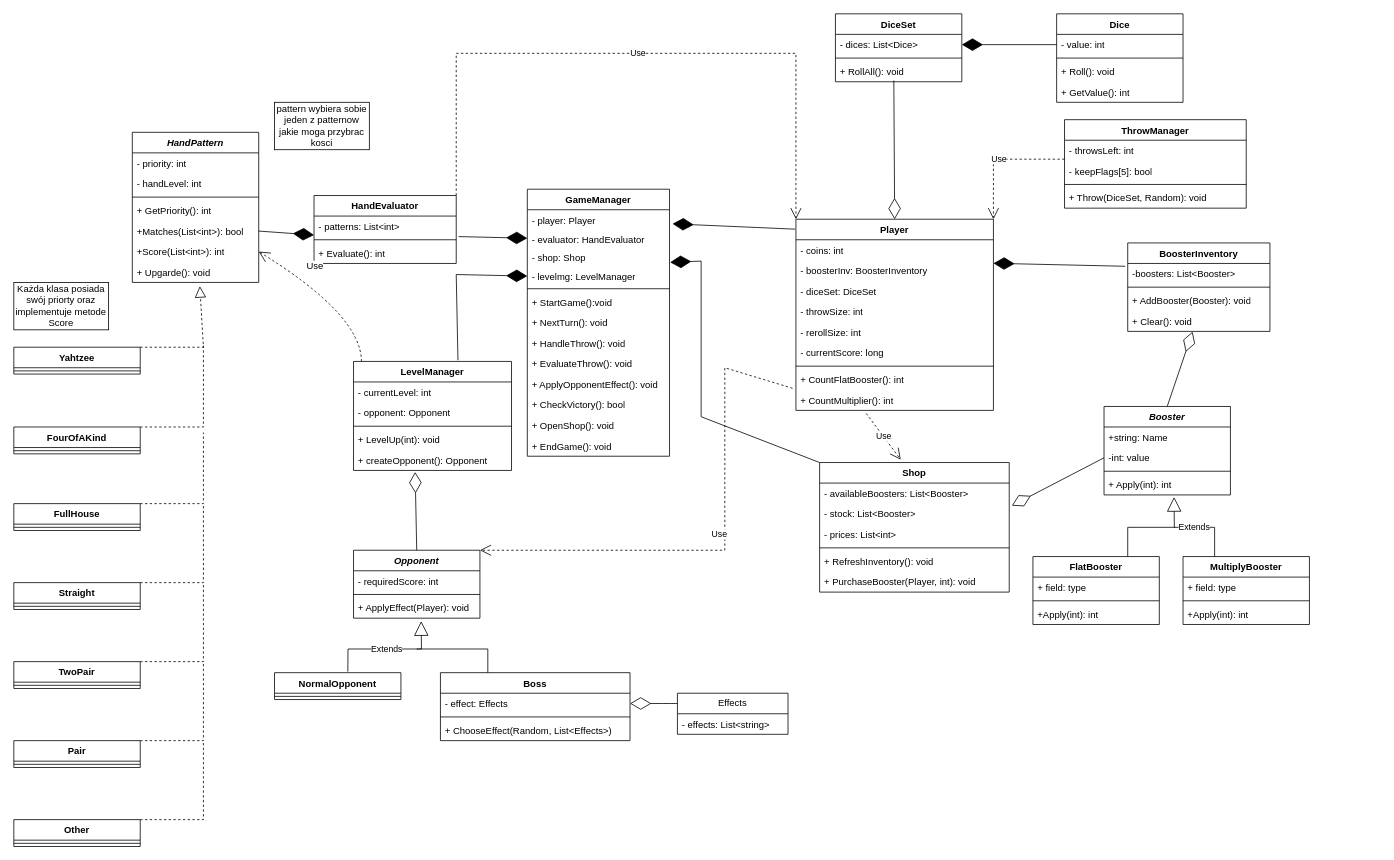
Before: DiceGame.drawio in kcprlal/DiceGame, a draw.io diagram. Source tidied: cells renumbered, new cells numbered last; positions are measured from the earlier drawing's top-left corner, leaving out a move shared by most shapes. Both pictures are drawn from the tidied source at 79%, with x=0, y=0 at pixel (13, 13).
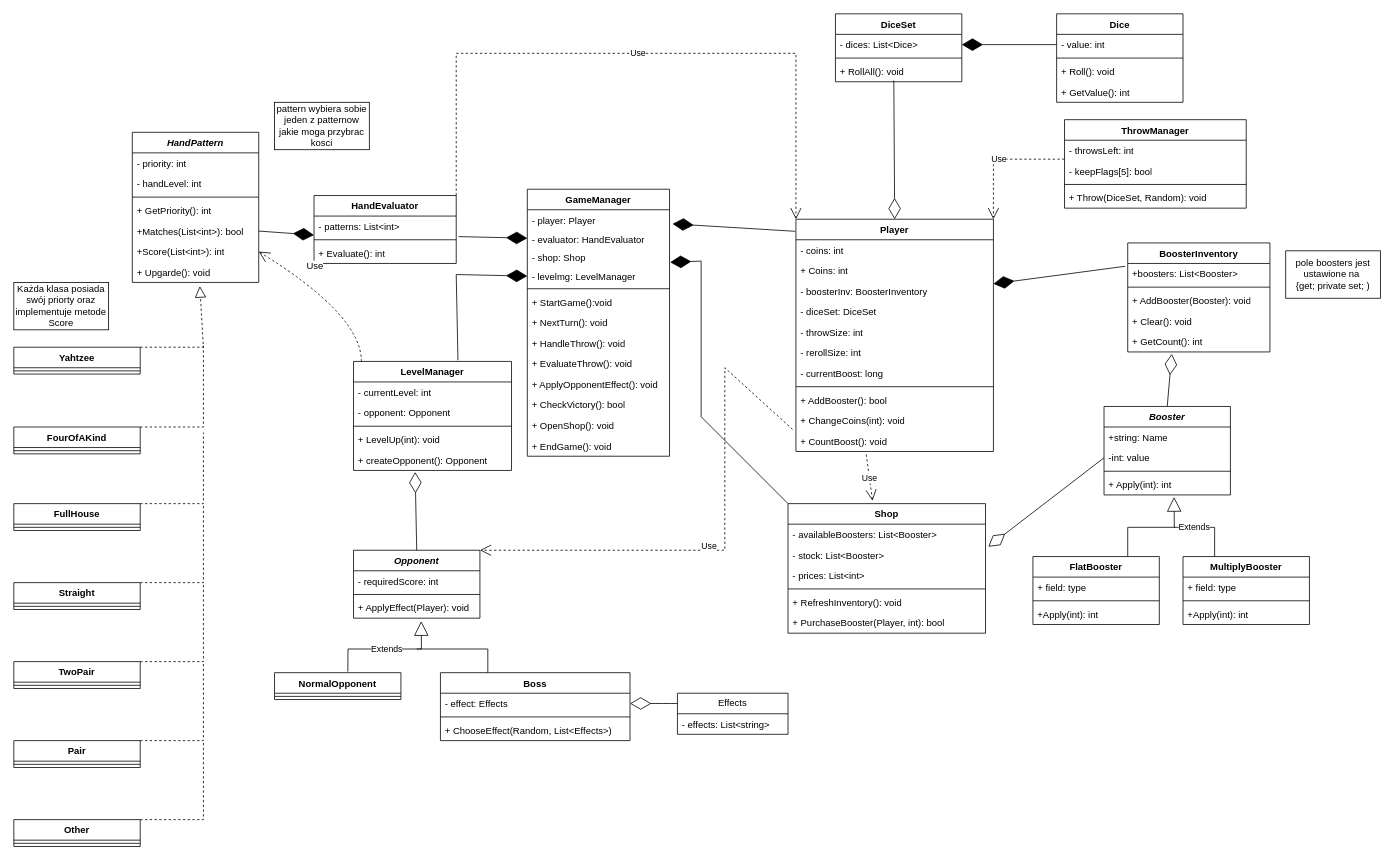
The same diagram, later.

Unchanged cells that the change refers to:
```xml
<mxCell id="31" value="+ Clear(): void" style="text;strokeColor=none;fillColor=none;align=left;verticalAlign=top;spacingLeft=4;spacingRight=4;overflow=hidden;points=[[0,0.5],[1,0.5]];portConstraint=eastwest;whiteSpace=wrap;html=1;" parent="27" vertex="1">
  <mxGeometry y="86" width="180" height="26" as="geometry" />
</mxCell>
<mxCell id="33" value="&lt;i&gt;Booster&lt;/i&gt;" style="swimlane;fontStyle=1;align=center;verticalAlign=top;horizontal=1;startSize=26;whiteSpace=wrap;html=1;" parent="1" vertex="1">
  <mxGeometry x="1380" y="497" width="160" height="112" as="geometry" />
</mxCell>
```

Diff of the diagram source:
```diff
@@
     <mxCell id="16" value="Player" style="swimlane;fontStyle=1;align=center;verticalAlign=top;horizontal=1;startSize=26;whiteSpace=wrap;html=1;" parent="1" vertex="1">
-      <mxGeometry x="990" y="260" width="250" height="242" as="geometry" />
+      <mxGeometry x="990" y="260" width="250" height="294" as="geometry" />
     </mxCell>
+    <mxCell id="139" value="- coins: int" style="text;strokeColor=none;fillColor=none;align=left;verticalAlign=top;spacingLeft=4;spacingRight=4;overflow=hidden;whiteSpace=wrap;html=1;" parent="16" vertex="1">
+      <mxGeometry y="26" width="250" height="26" as="geometry" />
+    </mxCell>
-    <mxCell id="17" value="- coins: int" style="text;strokeColor=none;fillColor=none;align=left;verticalAlign=top;spacingLeft=4;spacingRight=4;overflow=hidden;whiteSpace=wrap;html=1;" parent="16" vertex="1">
-      <mxGeometry y="26" width="250" height="26" as="geometry" />
+    <mxCell id="17" value="+ Coins: int" style="text;strokeColor=none;fillColor=none;align=left;verticalAlign=top;spacingLeft=4;spacingRight=4;overflow=hidden;whiteSpace=wrap;html=1;" parent="16" vertex="1">
+      <mxGeometry y="52" width="250" height="26" as="geometry" />
     </mxCell>
     <mxCell id="18" value="- boosterInv: BoosterInventory" style="text;strokeColor=none;fillColor=none;align=left;verticalAlign=top;spacingLeft=4;spacingRight=4;overflow=hidden;points=[[0,0.5],[1,0.5]];portConstraint=eastwest;whiteSpace=wrap;html=1;" parent="16" vertex="1">
-      <mxGeometry y="52" width="250" height="26" as="geometry" />
+      <mxGeometry y="78" width="250" height="26" as="geometry" />
     </mxCell>
     <mxCell id="19" value="- diceSet: DiceSet" style="text;strokeColor=none;fillColor=none;align=left;verticalAlign=top;spacingLeft=4;spacingRight=4;overflow=hidden;whiteSpace=wrap;html=1;" parent="16" vertex="1">
-      <mxGeometry y="78" width="250" height="26" as="geometry" />
+      <mxGeometry y="104" width="250" height="26" as="geometry" />
     </mxCell>
     <mxCell id="20" value="- throwSize: int" style="text;strokeColor=none;fillColor=none;align=left;verticalAlign=top;spacingLeft=4;spacingRight=4;overflow=hidden;whiteSpace=wrap;html=1;" parent="16" vertex="1">
-      <mxGeometry y="104" width="250" height="26" as="geometry" />
+      <mxGeometry y="130" width="250" height="26" as="geometry" />
     </mxCell>
     <mxCell id="21" value="- rerollSize: int" style="text;strokeColor=none;fillColor=none;align=left;verticalAlign=top;spacingLeft=4;spacingRight=4;overflow=hidden;whiteSpace=wrap;html=1;" parent="16" vertex="1">
-      <mxGeometry y="130" width="250" height="26" as="geometry" />
+      <mxGeometry y="156" width="250" height="26" as="geometry" />
     </mxCell>
-    <mxCell id="22" value="- currentScore: long" style="text;strokeColor=none;fillColor=none;align=left;verticalAlign=top;spacingLeft=4;spacingRight=4;overflow=hidden;whiteSpace=wrap;html=1;" parent="16" vertex="1">
-      <mxGeometry y="156" width="250" height="26" as="geometry" />
+    <mxCell id="22" value="- currentBoost: long" style="text;strokeColor=none;fillColor=none;align=left;verticalAlign=top;spacingLeft=4;spacingRight=4;overflow=hidden;whiteSpace=wrap;html=1;" parent="16" vertex="1">
+      <mxGeometry y="182" width="250" height="26" as="geometry" />
     </mxCell>
     <mxCell id="23" style="line;strokeWidth=1;fillColor=none;align=left;verticalAlign=middle;spacingTop=-1;spacingLeft=3;spacingRight=3;labelPosition=right;strokeColor=inherit;" parent="16" vertex="1">
-      <mxGeometry y="182" width="250" height="8" as="geometry" />
+      <mxGeometry y="208" width="250" height="8" as="geometry" />
     </mxCell>
-    <mxCell id="24" value="+ CountFlatBooster(): int" style="text;strokeColor=none;fillColor=none;align=left;verticalAlign=top;spacingLeft=4;spacingRight=4;overflow=hidden;whiteSpace=wrap;html=1;" parent="16" vertex="1">
-      <mxGeometry y="190" width="250" height="26" as="geometry" />
-    </mxCell>
+    <mxCell id="140" value="+ AddBooster(): bool" style="text;strokeColor=none;fillColor=none;align=left;verticalAlign=top;spacingLeft=4;spacingRight=4;overflow=hidden;whiteSpace=wrap;html=1;" parent="16" vertex="1">
+      <mxGeometry y="216" width="250" height="26" as="geometry" />
+    </mxCell>
+    <mxCell id="141" value="+ ChangeCoins(int): void" style="text;strokeColor=none;fillColor=none;align=left;verticalAlign=top;spacingLeft=4;spacingRight=4;overflow=hidden;whiteSpace=wrap;html=1;" parent="16" vertex="1">
+      <mxGeometry y="242" width="250" height="26" as="geometry" />
+    </mxCell>
-    <mxCell id="25" value="+ CountMultiplier(): int" style="text;strokeColor=none;fillColor=none;align=left;verticalAlign=top;spacingLeft=4;spacingRight=4;overflow=hidden;points=[[0,0.5],[1,0.5]];portConstraint=eastwest;whiteSpace=wrap;html=1;" parent="16" vertex="1">
-      <mxGeometry y="216" width="250" height="26" as="geometry" />
+    <mxCell id="25" value="+ CountBoost(): void" style="text;strokeColor=none;fillColor=none;align=left;verticalAlign=top;spacingLeft=4;spacingRight=4;overflow=hidden;points=[[0,0.5],[1,0.5]];portConstraint=eastwest;whiteSpace=wrap;html=1;" parent="16" vertex="1">
+      <mxGeometry y="268" width="250" height="26" as="geometry" />
     </mxCell>
@@
     <mxCell id="27" value="BoosterInventory" style="swimlane;fontStyle=1;align=center;verticalAlign=top;horizontal=1;startSize=26;whiteSpace=wrap;html=1;" parent="1" vertex="1">
-      <mxGeometry x="1410" y="290" width="180" height="112" as="geometry" />
+      <mxGeometry x="1410" y="290" width="180" height="138" as="geometry" />
     </mxCell>
-    <mxCell id="28" value="-boosters: List&amp;lt;Booster&amp;gt;" style="text;strokeColor=none;fillColor=none;align=left;verticalAlign=top;spacingLeft=4;spacingRight=4;overflow=hidden;points=[[0,0.5],[1,0.5]];portConstraint=eastwest;whiteSpace=wrap;html=1;" parent="27" vertex="1">
+    <mxCell id="28" value="+boosters: List&amp;lt;Booster&amp;gt;" style="text;strokeColor=none;fillColor=none;align=left;verticalAlign=top;spacingLeft=4;spacingRight=4;overflow=hidden;points=[[0,0.5],[1,0.5]];portConstraint=eastwest;whiteSpace=wrap;html=1;" parent="27" vertex="1">
       <mxGeometry y="26" width="180" height="26" as="geometry" />
     </mxCell>
@@
+    <mxCell id="142" value="+ GetCount(): int" style="text;strokeColor=none;fillColor=none;align=left;verticalAlign=top;spacingLeft=4;spacingRight=4;overflow=hidden;points=[[0,0.5],[1,0.5]];portConstraint=eastwest;whiteSpace=wrap;html=1;" parent="27" vertex="1">
+      <mxGeometry y="112" width="180" height="26" as="geometry" />
+    </mxCell>
-    <mxCell id="32" style="endArrow=diamondThin;endFill=0;endSize=24;html=1;rounded=0;entryX=0.456;entryY=1.013;entryDx=0;entryDy=0;entryPerimeter=0;exitX=0.5;exitY=0;exitDx=0;exitDy=0;" parent="1" edge="1" source="33" target="31">
+    <mxCell id="32" style="endArrow=diamondThin;endFill=0;endSize=24;html=1;rounded=0;entryX=0.31;entryY=1.095;entryDx=0;entryDy=0;entryPerimeter=0;exitX=0.5;exitY=0;exitDx=0;exitDy=0;" parent="1" edge="1" source="33" target="142">
       <mxGeometry relative="1" as="geometry" />
     </mxCell>
@@
     <mxCell id="47" value="Shop" style="swimlane;fontStyle=1;align=center;verticalAlign=top;horizontal=1;startSize=26;whiteSpace=wrap;html=1;" parent="1" vertex="1">
-      <mxGeometry x="1020" y="568" width="240" height="164" as="geometry" />
+      <mxGeometry x="980" y="620" width="250" height="164" as="geometry" />
     </mxCell>
     <mxCell id="48" value="- availableBoosters: List&amp;lt;Booster&amp;gt;" style="text;strokeColor=none;fillColor=none;align=left;verticalAlign=top;spacingLeft=4;spacingRight=4;overflow=hidden;points=[[0,0.5],[1,0.5]];portConstraint=eastwest;whiteSpace=wrap;html=1;" parent="47" vertex="1">
-      <mxGeometry y="26" width="240" height="26" as="geometry" />
+      <mxGeometry y="26" width="250" height="26" as="geometry" />
     </mxCell>
     <mxCell id="49" value="- stock: List&amp;lt;Booster&amp;gt;" style="text;strokeColor=none;fillColor=none;align=left;verticalAlign=top;spacingLeft=4;spacingRight=4;overflow=hidden;whiteSpace=wrap;html=1;" parent="47" vertex="1">
-      <mxGeometry y="52" width="240" height="26" as="geometry" />
+      <mxGeometry y="52" width="250" height="26" as="geometry" />
     </mxCell>
     <mxCell id="50" value="- prices: List&amp;lt;int&amp;gt;" style="text;strokeColor=none;fillColor=none;align=left;verticalAlign=top;spacingLeft=4;spacingRight=4;overflow=hidden;whiteSpace=wrap;html=1;" parent="47" vertex="1">
-      <mxGeometry y="78" width="240" height="26" as="geometry" />
+      <mxGeometry y="78" width="250" height="26" as="geometry" />
     </mxCell>
     <mxCell id="51" style="line;strokeWidth=1;fillColor=none;align=left;verticalAlign=middle;spacingTop=-1;spacingLeft=3;spacingRight=3;labelPosition=right;strokeColor=inherit;" parent="47" vertex="1">
-      <mxGeometry y="104" width="240" height="8" as="geometry" />
+      <mxGeometry y="104" width="250" height="8" as="geometry" />
     </mxCell>
     <mxCell id="52" value="+ RefreshInventory(): void" style="text;strokeColor=none;fillColor=none;align=left;verticalAlign=top;spacingLeft=4;spacingRight=4;overflow=hidden;whiteSpace=wrap;html=1;" parent="47" vertex="1">
-      <mxGeometry y="112" width="240" height="26" as="geometry" />
+      <mxGeometry y="112" width="250" height="26" as="geometry" />
     </mxCell>
-    <mxCell id="53" value="+ PurchaseBooster(Player, int): void" style="text;strokeColor=none;fillColor=none;align=left;verticalAlign=top;spacingLeft=4;spacingRight=4;overflow=hidden;whiteSpace=wrap;html=1;" parent="47" vertex="1">
-      <mxGeometry y="138" width="240" height="26" as="geometry" />
+    <mxCell id="53" value="+ PurchaseBooster(Player, int): bool" style="text;strokeColor=none;fillColor=none;align=left;verticalAlign=top;spacingLeft=4;spacingRight=4;overflow=hidden;whiteSpace=wrap;html=1;" parent="47" vertex="1">
+      <mxGeometry y="138" width="250" height="26" as="geometry" />
     </mxCell>
@@
+    <mxCell id="143" value="pole boosters jest ustawione na&amp;nbsp;&lt;div&gt;{get; private set; )&lt;/div&gt;" style="rounded=0;whiteSpace=wrap;html=1;" parent="1" vertex="1">
+      <mxGeometry x="1610" y="300" width="120" height="60" as="geometry" />
+    </mxCell>
```
